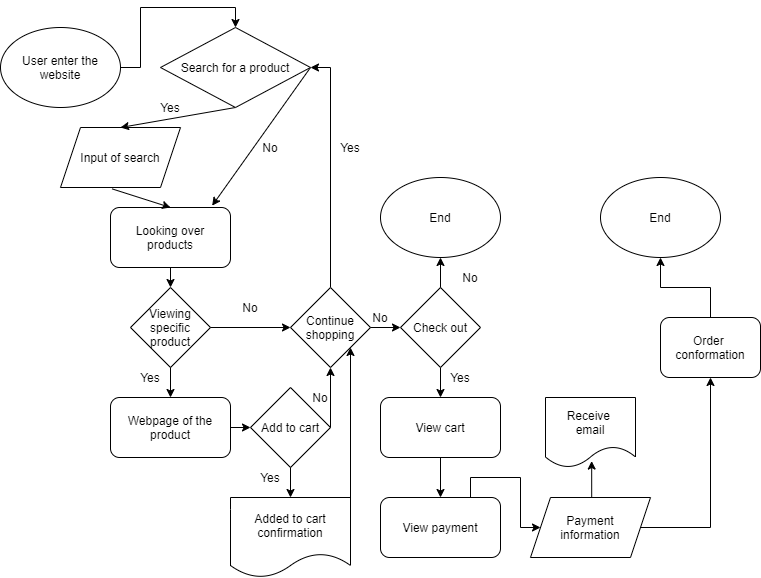
The draw.io diagram explore/diagramming/diagram.drawio.png in yexiu52937/fa21-cse110-lab4, before a commit. Source tidied: cells renumbered, new cells last; positions are measured from the earlier drawing's top-left corner, leaving out a move shared by most shapes. The source it was exported from:
```xml
<mxGraphModel>
  <root>
    <mxCell id="0" />
    <mxCell id="1" parent="0" />
    <mxCell id="2" style="edgeStyle=orthogonalEdgeStyle;rounded=0;jettySize=auto;html=1;exitX=1;exitY=0.5;exitDx=0;exitDy=0;entryX=0.5;entryY=0;entryDx=0;entryDy=0;" parent="1" edge="1" source="3" target="46">
      <mxGeometry relative="1" as="geometry" />
    </mxCell>
    <mxCell id="3" value="User enter the website" style="ellipse;whiteSpace=wrap;html=1;" parent="1" vertex="1">
      <mxGeometry width="120" height="80" as="geometry" />
    </mxCell>
    <mxCell id="4" value="Input of search" style="shape=parallelogram;perimeter=parallelogramPerimeter;whiteSpace=wrap;html=1;fixedSize=1;" parent="1" vertex="1">
      <mxGeometry x="60" y="100" width="120" height="60" as="geometry" />
    </mxCell>
    <mxCell id="5" value="Looking over products" style="rounded=1;whiteSpace=wrap;html=1;" parent="1" vertex="1">
      <mxGeometry x="110" y="180" width="120" height="60" as="geometry" />
    </mxCell>
    <mxCell id="6" value="Viewing specific product" style="rhombus;whiteSpace=wrap;html=1;" parent="1" vertex="1">
      <mxGeometry x="130" y="260" width="80" height="80" as="geometry" />
    </mxCell>
    <mxCell id="7" value="Add to cart" style="rhombus;whiteSpace=wrap;html=1;" parent="1" vertex="1">
      <mxGeometry x="250" y="360" width="80" height="80" as="geometry" />
    </mxCell>
    <mxCell id="8" style="endArrow=classic;html=1;exitX=1;exitY=0.5;exitDx=0;exitDy=0;entryX=0.847;entryY=-0.03;entryDx=0;entryDy=0;entryPerimeter=0;" parent="1" edge="1" source="46" target="5">
      <mxGeometry relative="1" as="geometry" />
    </mxCell>
    <mxCell id="9" style="endArrow=classic;html=1;exitX=0.5;exitY=1;exitDx=0;exitDy=0;entryX=0.5;entryY=0;entryDx=0;entryDy=0;" parent="1" edge="1" source="46" target="4">
      <mxGeometry relative="1" as="geometry" />
    </mxCell>
    <mxCell id="10" style="endArrow=classic;html=1;exitX=0.43;exitY=1.023;exitDx=0;exitDy=0;exitPerimeter=0;entryX=0.5;entryY=0;entryDx=0;entryDy=0;" parent="1" edge="1" source="4" target="5">
      <mxGeometry relative="1" as="geometry" />
    </mxCell>
    <mxCell id="11" style="endArrow=classic;html=1;exitX=0.5;exitY=1;exitDx=0;exitDy=0;entryX=0.5;entryY=0;entryDx=0;entryDy=0;" parent="1" edge="1" source="5" target="6">
      <mxGeometry relative="1" as="geometry" />
    </mxCell>
    <mxCell id="12" style="endArrow=classic;html=1;exitX=0.5;exitY=1;exitDx=0;exitDy=0;entryX=0.5;entryY=0;entryDx=0;entryDy=0;" parent="1" edge="1" source="6" target="45">
      <mxGeometry relative="1" as="geometry" />
    </mxCell>
    <mxCell id="13" value="Yes" style="text;html=1;strokeColor=none;fillColor=none;align=center;verticalAlign=middle;whiteSpace=wrap;rounded=0;" parent="1" vertex="1">
      <mxGeometry x="130" y="340" width="40" height="20" as="geometry" />
    </mxCell>
    <mxCell id="14" value="Added to cart confirmation" style="shape=document;whiteSpace=wrap;html=1;boundedLbl=1;" parent="1" vertex="1">
      <mxGeometry x="230" y="470" width="120" height="80" as="geometry" />
    </mxCell>
    <mxCell id="15" style="endArrow=classic;html=1;exitX=0.5;exitY=1;exitDx=0;exitDy=0;entryX=0.5;entryY=0;entryDx=0;entryDy=0;" parent="1" edge="1" source="7" target="14">
      <mxGeometry relative="1" as="geometry" />
    </mxCell>
    <mxCell id="16" value="Yes" style="text;html=1;strokeColor=none;fillColor=none;align=center;verticalAlign=middle;whiteSpace=wrap;rounded=0;" parent="1" vertex="1">
      <mxGeometry x="250" y="440" width="40" height="20" as="geometry" />
    </mxCell>
    <mxCell id="17" style="edgeStyle=orthogonalEdgeStyle;rounded=0;jettySize=auto;html=1;exitX=0.5;exitY=0;exitDx=0;exitDy=0;entryX=1;entryY=0.5;entryDx=0;entryDy=0;" parent="1" edge="1" source="18" target="46">
      <mxGeometry relative="1" as="geometry" />
    </mxCell>
    <mxCell id="18" value="Continue shopping" style="rhombus;whiteSpace=wrap;html=1;" parent="1" vertex="1">
      <mxGeometry x="290" y="260" width="80" height="80" as="geometry" />
    </mxCell>
    <mxCell id="19" style="endArrow=classic;html=1;exitX=1;exitY=0.5;exitDx=0;exitDy=0;entryX=0;entryY=0.5;entryDx=0;entryDy=0;" parent="1" edge="1" source="6" target="18">
      <mxGeometry relative="1" as="geometry" />
    </mxCell>
    <mxCell id="20" style="endArrow=classic;html=1;exitX=1;exitY=0.5;exitDx=0;exitDy=0;entryX=0.5;entryY=1;entryDx=0;entryDy=0;" parent="1" edge="1" source="7" target="18">
      <mxGeometry relative="1" as="geometry" />
    </mxCell>
    <mxCell id="21" style="endArrow=classic;html=1;exitX=1;exitY=0.008;exitDx=0;exitDy=0;exitPerimeter=0;entryX=1;entryY=1;entryDx=0;entryDy=0;" parent="1" edge="1" source="14" target="18">
      <mxGeometry relative="1" as="geometry" />
    </mxCell>
    <mxCell id="22" value="No" style="text;html=1;strokeColor=none;fillColor=none;align=center;verticalAlign=middle;whiteSpace=wrap;rounded=0;" parent="1" vertex="1">
      <mxGeometry x="230" y="270" width="40" height="20" as="geometry" />
    </mxCell>
    <mxCell id="23" value="Yes" style="text;html=1;strokeColor=none;fillColor=none;align=center;verticalAlign=middle;whiteSpace=wrap;rounded=0;" parent="1" vertex="1">
      <mxGeometry x="440" y="340" width="40" height="20" as="geometry" />
    </mxCell>
    <mxCell id="24" value="No" style="text;html=1;strokeColor=none;fillColor=none;align=center;verticalAlign=middle;whiteSpace=wrap;rounded=0;" parent="1" vertex="1">
      <mxGeometry x="300" y="360" width="40" height="20" as="geometry" />
    </mxCell>
    <mxCell id="25" style="endArrow=classic;html=1;exitX=1;exitY=0.5;exitDx=0;exitDy=0;entryX=0;entryY=0.5;entryDx=0;entryDy=0;" parent="1" edge="1" source="45" target="7">
      <mxGeometry relative="1" as="geometry" />
    </mxCell>
    <mxCell id="26" style="endArrow=classic;html=1;exitX=1;exitY=0.5;exitDx=0;exitDy=0;" parent="1" edge="1" source="18" target="28">
      <mxGeometry relative="1" as="geometry" />
    </mxCell>
    <mxCell id="27" style="edgeStyle=orthogonalEdgeStyle;rounded=0;jettySize=auto;html=1;exitX=0.5;exitY=1;exitDx=0;exitDy=0;entryX=0.5;entryY=0;entryDx=0;entryDy=0;" parent="1" edge="1" source="28" target="44">
      <mxGeometry relative="1" as="geometry" />
    </mxCell>
    <mxCell id="28" value="Check out" style="rhombus;whiteSpace=wrap;html=1;" parent="1" vertex="1">
      <mxGeometry x="400" y="260" width="80" height="80" as="geometry" />
    </mxCell>
    <mxCell id="29" value="No" style="text;html=1;strokeColor=none;fillColor=none;align=center;verticalAlign=middle;whiteSpace=wrap;rounded=0;" parent="1" vertex="1">
      <mxGeometry x="360" y="280" width="40" height="20" as="geometry" />
    </mxCell>
    <mxCell id="30" value="Yes" style="text;html=1;strokeColor=none;fillColor=none;align=center;verticalAlign=middle;whiteSpace=wrap;rounded=0;" parent="1" vertex="1">
      <mxGeometry x="330" y="110" width="40" height="20" as="geometry" />
    </mxCell>
    <mxCell id="31" value="End" style="ellipse;whiteSpace=wrap;html=1;" parent="1" vertex="1">
      <mxGeometry x="380" y="150" width="120" height="80" as="geometry" />
    </mxCell>
    <mxCell id="32" style="endArrow=classic;html=1;exitX=0.5;exitY=0;exitDx=0;exitDy=0;entryX=0.5;entryY=1;entryDx=0;entryDy=0;" parent="1" edge="1" source="28" target="31">
      <mxGeometry relative="1" as="geometry" />
    </mxCell>
    <mxCell id="33" value="No" style="text;html=1;strokeColor=none;fillColor=none;align=center;verticalAlign=middle;whiteSpace=wrap;rounded=0;" parent="1" vertex="1">
      <mxGeometry x="450" y="240" width="40" height="20" as="geometry" />
    </mxCell>
    <mxCell id="34" style="edgeStyle=orthogonalEdgeStyle;rounded=0;jettySize=auto;html=1;exitX=0.75;exitY=0;exitDx=0;exitDy=0;" parent="1" edge="1" source="43" target="38">
      <mxGeometry relative="1" as="geometry" />
    </mxCell>
    <mxCell id="35" style="endArrow=classic;html=1;exitX=0.5;exitY=1;exitDx=0;exitDy=0;entryX=0.5;entryY=0;entryDx=0;entryDy=0;" parent="1" edge="1" source="44" target="43">
      <mxGeometry relative="1" as="geometry" />
    </mxCell>
    <mxCell id="36" style="edgeStyle=orthogonalEdgeStyle;rounded=0;jettySize=auto;html=1;exitX=0.5;exitY=0;exitDx=0;exitDy=0;entryX=0.513;entryY=0.908;entryDx=0;entryDy=0;entryPerimeter=0;" parent="1" edge="1" source="38" target="42">
      <mxGeometry relative="1" as="geometry" />
    </mxCell>
    <mxCell id="37" style="edgeStyle=orthogonalEdgeStyle;rounded=0;jettySize=auto;html=1;exitX=1;exitY=0.5;exitDx=0;exitDy=0;entryX=0.5;entryY=1;entryDx=0;entryDy=0;" parent="1" edge="1" source="38" target="41">
      <mxGeometry relative="1" as="geometry" />
    </mxCell>
    <mxCell id="38" value="Payment&lt;br&gt;information" style="shape=parallelogram;perimeter=parallelogramPerimeter;whiteSpace=wrap;html=1;fixedSize=1;" parent="1" vertex="1">
      <mxGeometry x="530" y="470" width="120" height="60" as="geometry" />
    </mxCell>
    <mxCell id="39" style="edgeStyle=orthogonalEdgeStyle;rounded=0;jettySize=auto;html=1;exitX=0.5;exitY=0;exitDx=0;exitDy=0;entryX=0.5;entryY=1;entryDx=0;entryDy=0;" parent="1" edge="1" source="41" target="40">
      <mxGeometry relative="1" as="geometry" />
    </mxCell>
    <mxCell id="40" value="End" style="ellipse;whiteSpace=wrap;html=1;" parent="1" vertex="1">
      <mxGeometry x="600" y="150" width="120" height="80" as="geometry" />
    </mxCell>
    <mxCell id="41" value="Order &lt;br&gt;conformation" style="rounded=1;whiteSpace=wrap;html=1;" parent="1" vertex="1">
      <mxGeometry x="660" y="290" width="100" height="60" as="geometry" />
    </mxCell>
    <mxCell id="42" value="Receive &lt;br&gt;email" style="shape=document;whiteSpace=wrap;html=1;boundedLbl=1;" parent="1" vertex="1">
      <mxGeometry x="545" y="370" width="90" height="70" as="geometry" />
    </mxCell>
    <mxCell id="43" value="View payment" style="rounded=1;whiteSpace=wrap;html=1;" parent="1" vertex="1">
      <mxGeometry x="380" y="470" width="120" height="60" as="geometry" />
    </mxCell>
    <mxCell id="44" value="View cart" style="rounded=1;whiteSpace=wrap;html=1;" parent="1" vertex="1">
      <mxGeometry x="380" y="370" width="120" height="60" as="geometry" />
    </mxCell>
    <mxCell id="45" value="Webpage of the product" style="rounded=1;whiteSpace=wrap;html=1;" parent="1" vertex="1">
      <mxGeometry x="110" y="370" width="120" height="60" as="geometry" />
    </mxCell>
    <mxCell id="46" value="Search for a product" style="rhombus;whiteSpace=wrap;html=1;" parent="1" vertex="1">
      <mxGeometry x="160" width="150" height="80" as="geometry" />
    </mxCell>
    <mxCell id="47" value="Yes" style="text;html=1;strokeColor=none;fillColor=none;align=center;verticalAlign=middle;whiteSpace=wrap;rounded=0;" parent="1" vertex="1">
      <mxGeometry x="150" y="70" width="40" height="20" as="geometry" />
    </mxCell>
    <mxCell id="48" value="No" style="text;html=1;strokeColor=none;fillColor=none;align=center;verticalAlign=middle;whiteSpace=wrap;rounded=0;" parent="1" vertex="1">
      <mxGeometry x="250" y="110" width="40" height="20" as="geometry" />
    </mxCell>
  </root>
</mxGraphModel>
```
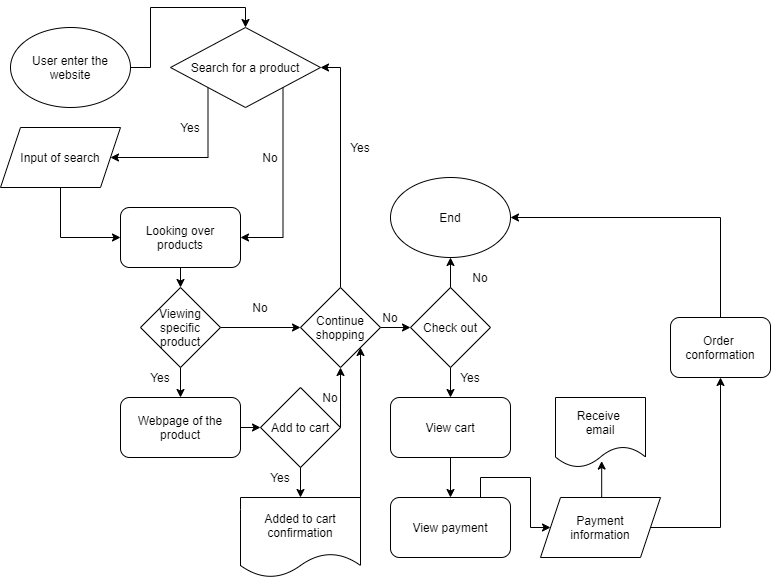
The same diagram one commit later.

Commit message:
Diagram and modification on previous files

What changed in the source:
```diff
@@ -8,8 +8,11 @@
     <mxCell id="3" value="User enter the website" style="ellipse;whiteSpace=wrap;html=1;" parent="1" vertex="1">
       <mxGeometry width="120" height="80" as="geometry" />
     </mxCell>
+    <mxCell id="10" style="edgeStyle=orthogonalEdgeStyle;rounded=0;jettySize=auto;html=1;exitX=0.5;exitY=1;exitDx=0;exitDy=0;entryX=0;entryY=0.5;entryDx=0;entryDy=0;" parent="1" edge="1" source="4" target="5">
+      <mxGeometry relative="1" as="geometry" />
+    </mxCell>
     <mxCell id="4" value="Input of search" style="shape=parallelogram;perimeter=parallelogramPerimeter;whiteSpace=wrap;html=1;fixedSize=1;" parent="1" vertex="1">
-      <mxGeometry x="60" y="100" width="120" height="60" as="geometry" />
+      <mxGeometry x="-10" y="100" width="120" height="60" as="geometry" />
     </mxCell>
     <mxCell id="5" value="Looking over products" style="rounded=1;whiteSpace=wrap;html=1;" parent="1" vertex="1">
       <mxGeometry x="110" y="180" width="120" height="60" as="geometry" />
@@ -20,15 +23,6 @@
     <mxCell id="7" value="Add to cart" style="rhombus;whiteSpace=wrap;html=1;" parent="1" vertex="1">
       <mxGeometry x="250" y="360" width="80" height="80" as="geometry" />
     </mxCell>
-    <mxCell id="8" style="endArrow=classic;html=1;exitX=1;exitY=0.5;exitDx=0;exitDy=0;entryX=0.847;entryY=-0.03;entryDx=0;entryDy=0;entryPerimeter=0;" parent="1" edge="1" source="46" target="5">
-      <mxGeometry relative="1" as="geometry" />
-    </mxCell>
-    <mxCell id="9" style="endArrow=classic;html=1;exitX=0.5;exitY=1;exitDx=0;exitDy=0;entryX=0.5;entryY=0;entryDx=0;entryDy=0;" parent="1" edge="1" source="46" target="4">
-      <mxGeometry relative="1" as="geometry" />
-    </mxCell>
-    <mxCell id="10" style="endArrow=classic;html=1;exitX=0.43;exitY=1.023;exitDx=0;exitDy=0;exitPerimeter=0;entryX=0.5;entryY=0;entryDx=0;entryDy=0;" parent="1" edge="1" source="4" target="5">
-      <mxGeometry relative="1" as="geometry" />
-    </mxCell>
     <mxCell id="11" style="endArrow=classic;html=1;exitX=0.5;exitY=1;exitDx=0;exitDy=0;entryX=0.5;entryY=0;entryDx=0;entryDy=0;" parent="1" edge="1" source="5" target="6">
       <mxGeometry relative="1" as="geometry" />
     </mxCell>
@@ -113,12 +107,9 @@
     <mxCell id="38" value="Payment&lt;br&gt;information" style="shape=parallelogram;perimeter=parallelogramPerimeter;whiteSpace=wrap;html=1;fixedSize=1;" parent="1" vertex="1">
       <mxGeometry x="530" y="470" width="120" height="60" as="geometry" />
     </mxCell>
-    <mxCell id="39" style="edgeStyle=orthogonalEdgeStyle;rounded=0;jettySize=auto;html=1;exitX=0.5;exitY=0;exitDx=0;exitDy=0;entryX=0.5;entryY=1;entryDx=0;entryDy=0;" parent="1" edge="1" source="41" target="40">
+    <mxCell id="39" style="edgeStyle=orthogonalEdgeStyle;rounded=0;jettySize=auto;html=1;exitX=0.5;exitY=0;exitDx=0;exitDy=0;entryX=1;entryY=0.5;entryDx=0;entryDy=0;" parent="1" edge="1" source="41" target="31">
       <mxGeometry relative="1" as="geometry" />
     </mxCell>
-    <mxCell id="40" value="End" style="ellipse;whiteSpace=wrap;html=1;" parent="1" vertex="1">
-      <mxGeometry x="600" y="150" width="120" height="80" as="geometry" />
-    </mxCell>
     <mxCell id="41" value="Order &lt;br&gt;conformation" style="rounded=1;whiteSpace=wrap;html=1;" parent="1" vertex="1">
       <mxGeometry x="660" y="290" width="100" height="60" as="geometry" />
     </mxCell>
@@ -134,14 +125,24 @@
     <mxCell id="45" value="Webpage of the product" style="rounded=1;whiteSpace=wrap;html=1;" parent="1" vertex="1">
       <mxGeometry x="110" y="370" width="120" height="60" as="geometry" />
     </mxCell>
+    <mxCell id="8" style="edgeStyle=orthogonalEdgeStyle;rounded=0;jettySize=auto;html=1;exitX=1;exitY=1;exitDx=0;exitDy=0;entryX=1;entryY=0.5;entryDx=0;entryDy=0;" parent="1" edge="1" source="46" target="5">
+      <mxGeometry relative="1" as="geometry" />
+    </mxCell>
+    <mxCell id="9" style="edgeStyle=orthogonalEdgeStyle;rounded=0;jettySize=auto;html=1;exitX=0;exitY=1;exitDx=0;exitDy=0;entryX=1;entryY=0.5;entryDx=0;entryDy=0;" parent="1" edge="1" source="46" target="4">
+      <mxGeometry relative="1" as="geometry">
+        <Array as="points">
+          <mxPoint x="198" y="130" />
+        </Array>
+      </mxGeometry>
+    </mxCell>
     <mxCell id="46" value="Search for a product" style="rhombus;whiteSpace=wrap;html=1;" parent="1" vertex="1">
       <mxGeometry x="160" width="150" height="80" as="geometry" />
     </mxCell>
     <mxCell id="47" value="Yes" style="text;html=1;strokeColor=none;fillColor=none;align=center;verticalAlign=middle;whiteSpace=wrap;rounded=0;" parent="1" vertex="1">
-      <mxGeometry x="150" y="70" width="40" height="20" as="geometry" />
+      <mxGeometry x="160" y="90" width="40" height="20" as="geometry" />
     </mxCell>
     <mxCell id="48" value="No" style="text;html=1;strokeColor=none;fillColor=none;align=center;verticalAlign=middle;whiteSpace=wrap;rounded=0;" parent="1" vertex="1">
-      <mxGeometry x="250" y="110" width="40" height="20" as="geometry" />
+      <mxGeometry x="240" y="120" width="40" height="20" as="geometry" />
     </mxCell>
   </root>
 </mxGraphModel>
```
